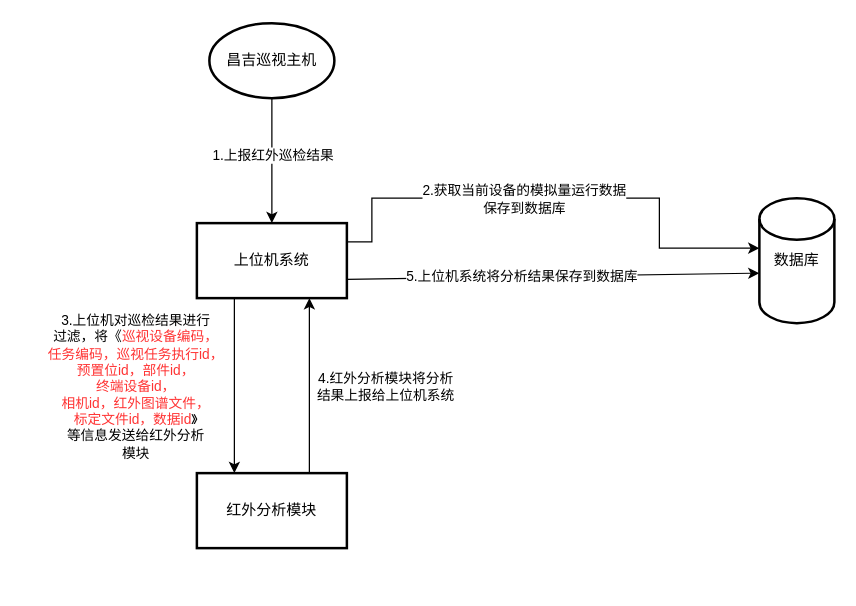
The draw.io diagram 昌吉红外图谱分析流程.drawio in wangyufei0807/draw, before the edit. Source tidied: cells renumbered, new cells numbered last; positions are measured from the earlier drawing's top-left corner, leaving out a move shared by most shapes. Both pictures are drawn from the tidied source at 125%, with x=0, y=0 at pixel (196, 22).
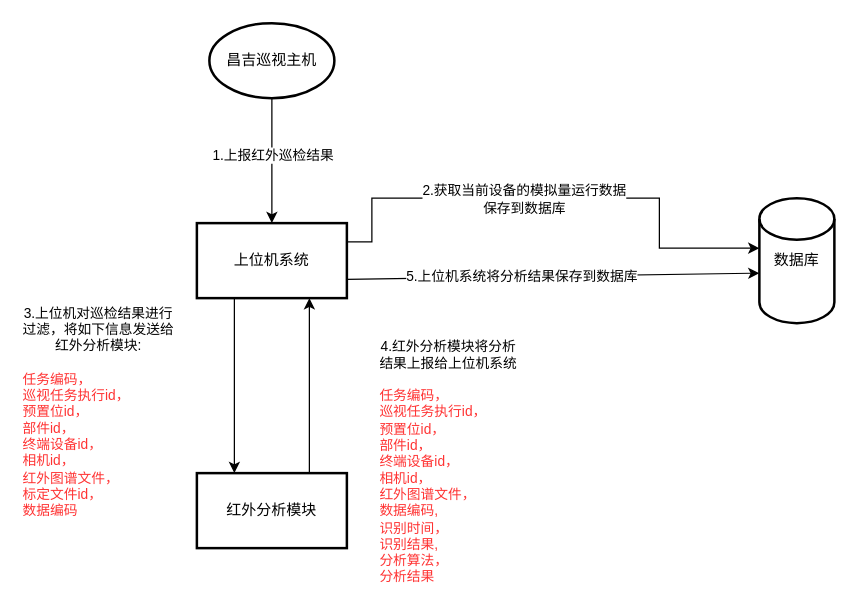
The same diagram, later.

Commit message (it also covers changes not shown here):
Update 昌吉红外图谱分析流程.drawio

Unchanged cells that the change refers to:
```xml
<mxCell id="5" style="edgeStyle=orthogonalEdgeStyle;rounded=0;jettySize=auto;html=1;exitX=0.25;exitY=1;exitDx=0;exitDy=0;entryX=0.25;entryY=0;entryDx=0;entryDy=0;" parent="1" edge="1" source="11" target="14">
  <mxGeometry relative="1" as="geometry" />
</mxCell>
<mxCell id="12" style="edgeStyle=orthogonalEdgeStyle;rounded=0;jettySize=auto;html=1;exitX=0.75;exitY=0;exitDx=0;exitDy=0;entryX=0.75;entryY=1;entryDx=0;entryDy=0;" parent="1" edge="1" source="14" target="11">
  <mxGeometry relative="1" as="geometry" />
</mxCell>
```

Change to the diagram source:
```diff
@@
-    <mxCell id="6" value="3.上位机对巡检结果进行&lt;br&gt;过滤，将《&lt;span style=&quot;color: rgb(255 , 51 , 51)&quot;&gt;巡视设备编码，&lt;/span&gt;&lt;br style=&quot;color: rgb(255 , 51 , 51)&quot;&gt;&lt;span style=&quot;color: rgb(255 , 51 , 51)&quot;&gt;任务编码，巡视任务执行id，&lt;/span&gt;&lt;br&gt;&lt;font color=&quot;#ff3333&quot;&gt;预置位id，部件id，&lt;br&gt;终端设备id，&lt;br&gt;相机id，红外图谱文件，&lt;br&gt;标定文件id，数据id&lt;/font&gt;》&lt;br&gt;等信息发送给红外分析&lt;br&gt;模块" style="edgeLabel;html=1;align=center;verticalAlign=middle;" parent="5" vertex="1">
+    <mxCell id="6" value="3.上位机对巡检结果进行&lt;br&gt;过滤，将如下信息发送给&lt;br&gt;红外分析模块:&lt;br&gt;&lt;div style=&quot;text-align: left&quot;&gt;&lt;br&gt;&lt;/div&gt;&lt;span style=&quot;color: rgb(255 , 51 , 51)&quot;&gt;&lt;div style=&quot;text-align: left&quot;&gt;任务编码，&lt;/div&gt;&lt;div style=&quot;text-align: left&quot;&gt;巡视任务执行id，&lt;/div&gt;&lt;/span&gt;&lt;font color=&quot;#ff3333&quot;&gt;&lt;div style=&quot;text-align: left&quot;&gt;预置位id，&lt;/div&gt;&lt;div style=&quot;text-align: left&quot;&gt;部件id，&lt;/div&gt;&lt;div style=&quot;text-align: left&quot;&gt;终端设备id，&lt;/div&gt;&lt;div style=&quot;text-align: left&quot;&gt;相机id，&lt;/div&gt;&lt;div style=&quot;text-align: left&quot;&gt;红外图谱文件，&lt;/div&gt;&lt;div style=&quot;text-align: left&quot;&gt;标定文件id，&lt;/div&gt;&lt;div style=&quot;text-align: left&quot;&gt;数据编码&lt;/div&gt;&lt;/font&gt;" style="edgeLabel;html=1;align=center;verticalAlign=middle;" parent="5" vertex="1">
       <mxGeometry x="-0.07" relative="1" as="geometry">
-        <mxPoint x="-80" y="5" as="offset" />
+        <mxPoint x="-110" y="25" as="offset" />
       </mxGeometry>
     </mxCell>
@@
-    <mxCell id="13" value="4.红外分析模块将分析&lt;br&gt;结果上报给上位机系统" style="edgeLabel;html=1;align=center;verticalAlign=middle;" parent="12" vertex="1">
+    <mxCell id="13" value="4.红外分析模块将分析&lt;br&gt;结果上报给上位机系统&lt;br&gt;&lt;br&gt;&lt;span style=&quot;color: rgb(255 , 51 , 51)&quot;&gt;&lt;div style=&quot;text-align: left&quot;&gt;任务编码，&lt;/div&gt;&lt;div style=&quot;text-align: left&quot;&gt;巡视任务执行id，&lt;/div&gt;&lt;/span&gt;&lt;font color=&quot;#ff3333&quot;&gt;&lt;div style=&quot;text-align: left&quot;&gt;预置位id，&lt;/div&gt;&lt;div style=&quot;text-align: left&quot;&gt;部件id，&lt;/div&gt;&lt;div style=&quot;text-align: left&quot;&gt;终端设备id，&lt;/div&gt;&lt;div style=&quot;text-align: left&quot;&gt;相机id，&lt;/div&gt;&lt;div style=&quot;text-align: left&quot;&gt;红外图谱文件，&lt;/div&gt;&lt;div style=&quot;text-align: left&quot;&gt;数据编码,&lt;/div&gt;&lt;div style=&quot;text-align: left&quot;&gt;识别时间，&lt;/div&gt;&lt;div style=&quot;text-align: left&quot;&gt;识别结果,&lt;/div&gt;&lt;div style=&quot;text-align: left&quot;&gt;分析算法，&lt;/div&gt;&lt;div style=&quot;text-align: left&quot;&gt;分析结果&lt;/div&gt;&lt;/font&gt;" style="edgeLabel;html=1;align=center;verticalAlign=middle;" parent="12" vertex="1">
       <mxGeometry x="0.03" relative="1" as="geometry">
-        <mxPoint x="60" y="2" as="offset" />
+        <mxPoint x="110" y="62" as="offset" />
       </mxGeometry>
     </mxCell>
```
